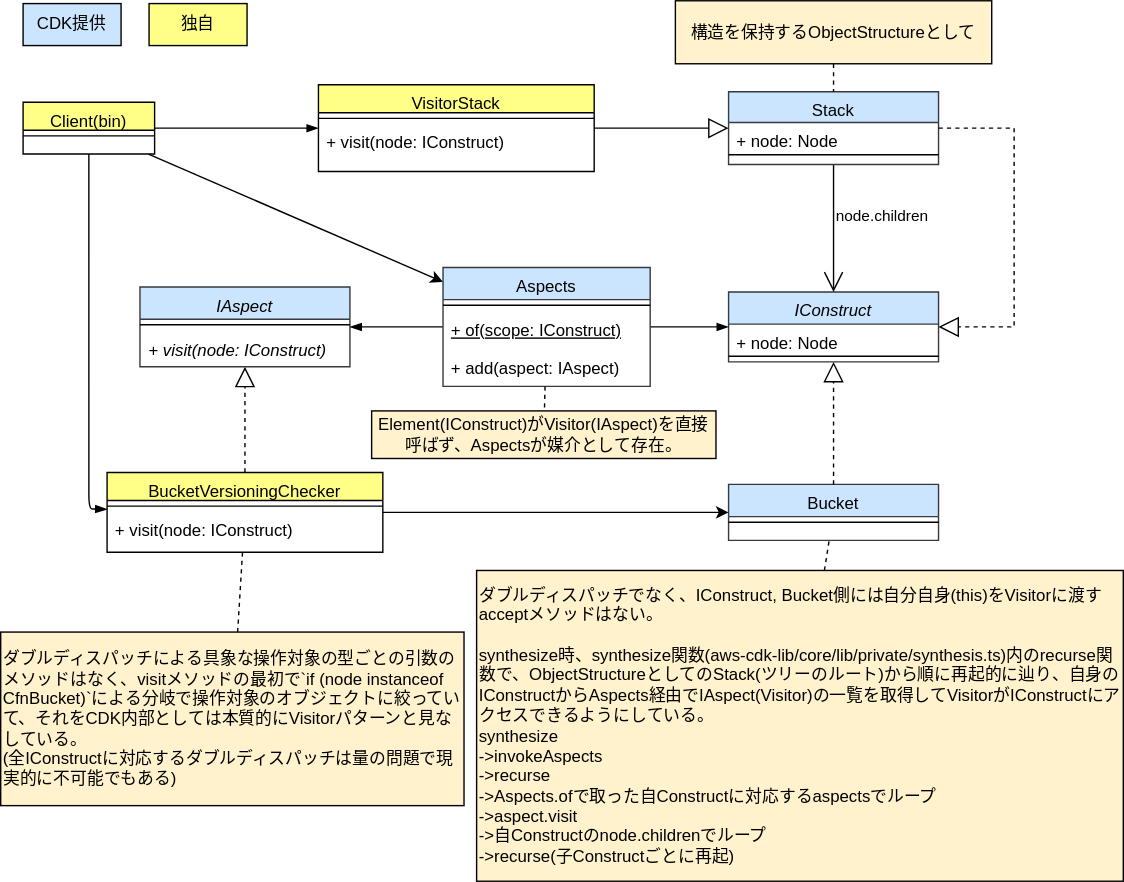
go-to-k/cdk-gof-design-pattern keeps this draw.io diagram as drawio/visitor/visitor-cdk-simplified.drawio.svg. Above is the earlier version. Source tidied: cells renumbered, new cells last; positions are measured from the earlier drawing's top-left corner, leaving out a move shared by most shapes.
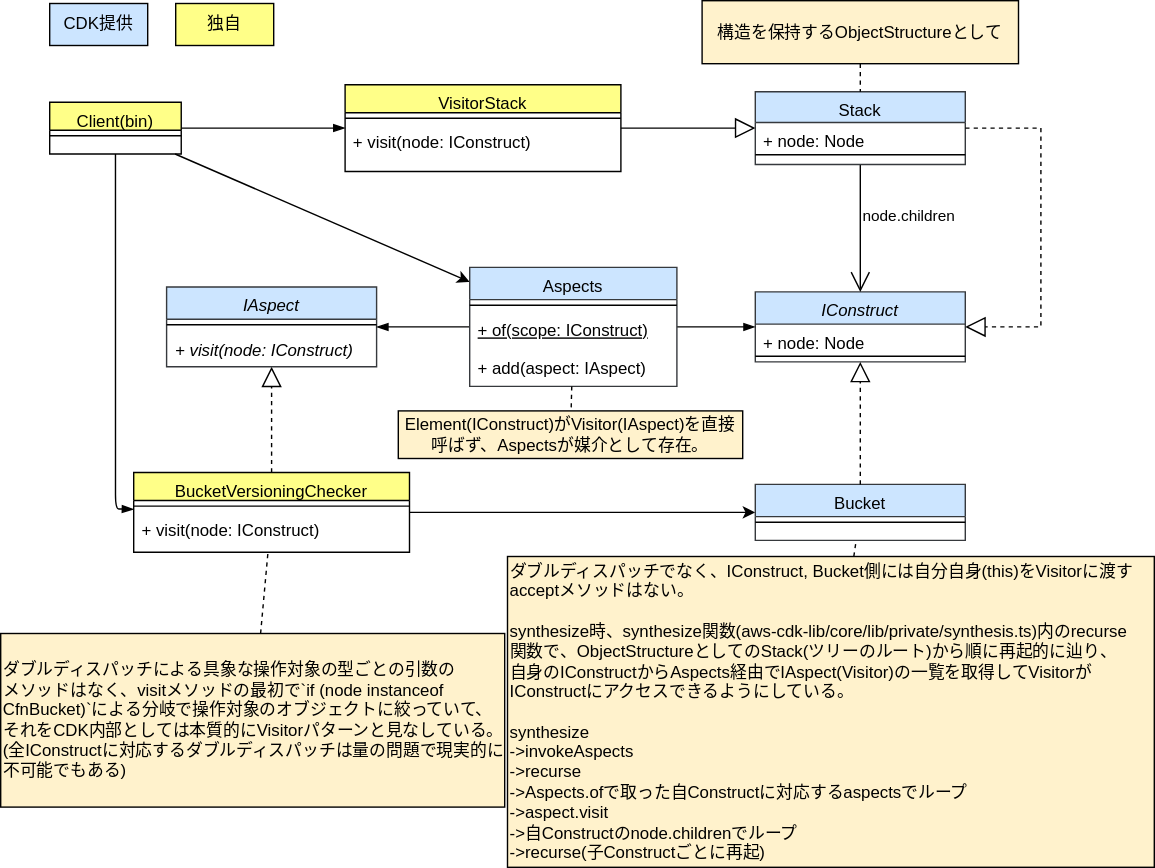
After the commit.

Diff of the diagram source:
```diff
@@ -53,14 +53,14 @@
     <mxCell id="18" style="edgeStyle=none;html=1;strokeColor=#000000;endArrow=none;endFill=0;dashed=1;" parent="1" edge="1" source="19" target="5">
       <mxGeometry relative="1" as="geometry" />
     </mxCell>
-    <mxCell id="19" value="ダブルディスパッチによる具象な操作対象の型ごとの引数のメソッドはなく、visitメソッドの最初で`if (node instanceof CfnBucket)`による分岐で操作対象のオブジェクトに絞っていて、それをCDK内部としては本質的にVisitorパターンと見なしている。&lt;br&gt;(全IConstructに対応するダブルディスパッチは量の問題で現実的に不可能でもある)" style="text;html=1;strokeColor=#000000;fillColor=#fff2cc;align=left;verticalAlign=middle;whiteSpace=wrap;rounded=0;fontColor=#000000;" parent="1" vertex="1">
-      <mxGeometry y="451" width="331" height="124" as="geometry" />
+    <mxCell id="19" value="ダブルディスパッチによる具象な操作対象の型ごとの引数の&lt;br&gt;メソッドはなく、visitメソッドの最初で`if (node instanceof CfnBucket)`による分岐で操作対象のオブジェクトに絞っていて、それをCDK内部としては本質的にVisitorパターンと見なしている。&lt;br&gt;(全IConstructに対応するダブルディスパッチは量の問題で現実的に不可能でもある)" style="text;html=1;strokeColor=#000000;fillColor=#fff2cc;align=left;verticalAlign=middle;whiteSpace=wrap;rounded=0;fontColor=#000000;" parent="1" vertex="1">
+      <mxGeometry x="-19" y="452" width="360" height="124" as="geometry" />
     </mxCell>
     <mxCell id="20" style="edgeStyle=none;html=1;dashed=1;strokeColor=#000000;endArrow=none;endFill=0;" parent="1" edge="1" source="21" target="12">
       <mxGeometry relative="1" as="geometry" />
     </mxCell>
-    <mxCell id="21" value="&lt;div&gt;ダブルディスパッチでなく、IConstruct, Bucket側には自分自身(this)をVisitorに渡すacceptメソッドはない。&lt;/div&gt;&lt;div&gt;&lt;/div&gt;&lt;span style=&quot;text-align: center;&quot;&gt;&lt;br&gt;synthesize時、synthesize関数(aws-cdk-lib/core/lib/private/synthesis.ts)内のrecurse関数で、ObjectStructureとしてのStack(ツリーのルート)から順に再起的に辿り、自身のIConstructからAspects経由でIAspect(Visitor)の一覧を取得してVisitorがIConstructにアクセスできるようにしている。&lt;br&gt;&lt;/span&gt;&lt;div&gt;synthesize&lt;/div&gt;&lt;div&gt;&amp;nbsp; -&amp;gt;invokeAspects&lt;/div&gt;&lt;div&gt;&amp;nbsp; &amp;nbsp; -&amp;gt;recurse&lt;/div&gt;&lt;div&gt;&amp;nbsp; &amp;nbsp; &amp;nbsp; -&amp;gt;Aspects.ofで取った自Constructに対応するaspectsでループ&lt;/div&gt;&lt;div&gt;&amp;nbsp; &amp;nbsp; &amp;nbsp; &amp;nbsp; -&amp;gt;aspect.visit&lt;/div&gt;&lt;div&gt;&amp;nbsp; &amp;nbsp; &amp;nbsp; -&amp;gt;自Constructのnode.childrenでループ&lt;/div&gt;&lt;div&gt;&amp;nbsp; &amp;nbsp; &amp;nbsp; &amp;nbsp; -&amp;gt;recurse(子Constructごとに再起)&lt;/div&gt;" style="text;html=1;strokeColor=#000000;fillColor=#fff2cc;align=left;verticalAlign=middle;whiteSpace=wrap;rounded=0;fontColor=#000000;" parent="1" vertex="1">
-      <mxGeometry x="340" y="407" width="462" height="222" as="geometry" />
+    <mxCell id="21" value="&lt;div&gt;ダブルディスパッチでなく、IConstruct, Bucket側には自分自身(this)をVisitorに渡すacceptメソッドはない。&lt;/div&gt;&lt;div&gt;&lt;/div&gt;&lt;span style=&quot;text-align: center;&quot;&gt;&lt;br&gt;synthesize時、synthesize関数(aws-cdk-lib/core/lib/private/synthesis.ts)内のrecurse&lt;br&gt;関数で、ObjectStructureとしてのStack(ツリーのルート)から順に再起的に辿り、&lt;br&gt;自身のIConstructからAspects経由でIAspect(Visitor)の一覧を取得してVisitorがIConstructにアクセスできるようにしている。&lt;br&gt;&lt;br&gt;&lt;/span&gt;&lt;div&gt;synthesize&lt;/div&gt;&lt;div&gt;&amp;nbsp; -&amp;gt;invokeAspects&lt;/div&gt;&lt;div&gt;&amp;nbsp; &amp;nbsp; -&amp;gt;recurse&lt;/div&gt;&lt;div&gt;&amp;nbsp; &amp;nbsp; &amp;nbsp; -&amp;gt;Aspects.ofで取った自Constructに対応するaspectsでループ&lt;/div&gt;&lt;div&gt;&amp;nbsp; &amp;nbsp; &amp;nbsp; &amp;nbsp; -&amp;gt;aspect.visit&lt;/div&gt;&lt;div&gt;&amp;nbsp; &amp;nbsp; &amp;nbsp; -&amp;gt;自Constructのnode.childrenでループ&lt;/div&gt;&lt;div&gt;&amp;nbsp; &amp;nbsp; &amp;nbsp; &amp;nbsp; -&amp;gt;recurse(子Constructごとに再起)&lt;/div&gt;" style="text;html=1;strokeColor=#000000;fillColor=#fff2cc;align=left;verticalAlign=middle;whiteSpace=wrap;rounded=0;fontColor=#000000;" parent="1" vertex="1">
+      <mxGeometry x="343" y="397" width="462" height="222" as="geometry" />
     </mxCell>
     <mxCell id="22" value="node.children" style="endArrow=open;html=1;endSize=12;startArrow=none;startSize=14;startFill=0;edgeStyle=orthogonalEdgeStyle;align=left;verticalAlign=bottom;rounded=0;fontColor=#000000;strokeColor=#000000;labelBackgroundColor=none;" parent="1" edge="1" source="23" target="14">
       <mxGeometry relative="1" as="geometry" />
```
